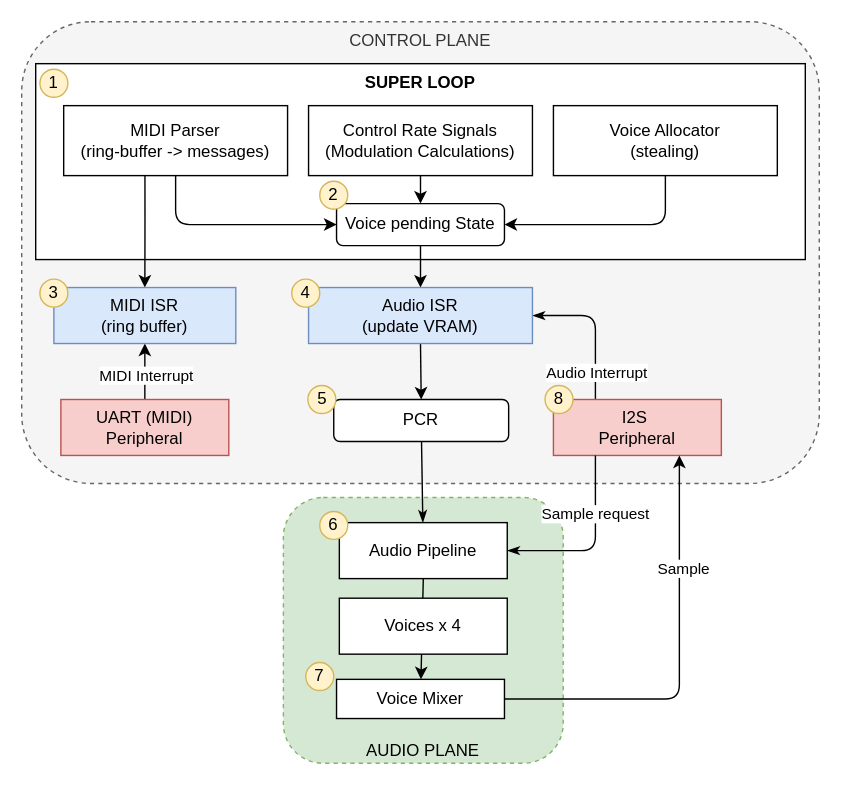
ydigikat/TangSynth9 keeps this draw.io diagram as docs/assets/images/sw_architecture.svg. Above is the earlier version. Source tidied: cells renumbered, new cells last; positions are measured from the earlier drawing's top-left corner, leaving out a move shared by most shapes.
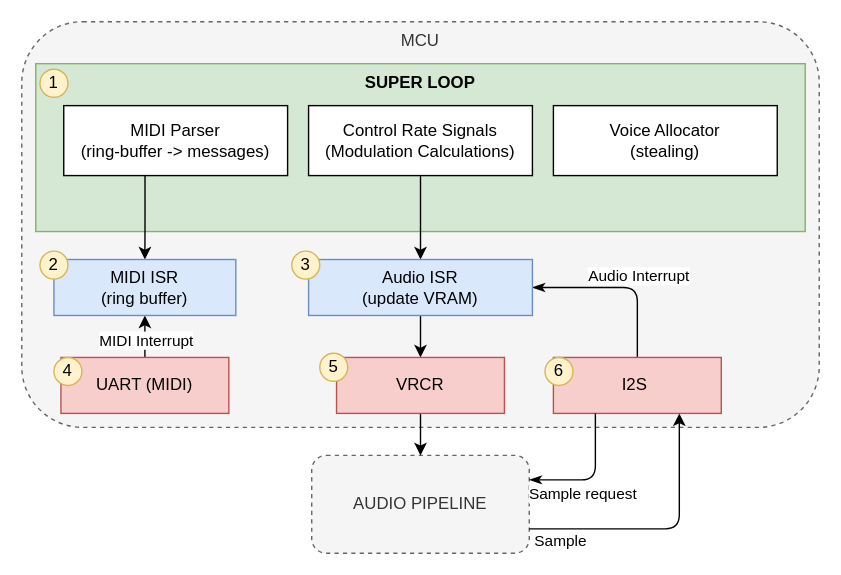
After the commit.

Change to the diagram source:
```diff
@@ -2,65 +2,55 @@
   <root>
     <mxCell id="0" />
     <mxCell id="1" parent="0" />
+    <mxCell id="3" value="MCU" style="rounded=1;whiteSpace=wrap;html=1;dashed=1;fillColor=#f5f5f5;strokeColor=#666666;verticalAlign=top;fontColor=#333333;" parent="1" vertex="1">
+      <mxGeometry x="-10" width="570" height="290" as="geometry" />
+    </mxCell>
-    <mxCell id="2" value="AUDIO PLANE" style="rounded=1;whiteSpace=wrap;html=1;dashed=1;fillColor=#d5e8d4;strokeColor=#82b366;verticalAlign=bottom;" parent="1" vertex="1">
-      <mxGeometry x="187" y="340" width="200" height="190" as="geometry" />
+    <mxCell id="2" value="AUDIO PIPELINE" style="rounded=1;whiteSpace=wrap;html=1;dashed=1;fillColor=#f5f5f5;strokeColor=#666666;verticalAlign=middle;fontColor=#333333;" parent="1" vertex="1">
+      <mxGeometry x="197.2" y="310" width="155.5" height="70" as="geometry" />
     </mxCell>
-    <mxCell id="3" value="CONTROL PLANE" style="rounded=1;whiteSpace=wrap;html=1;dashed=1;fillColor=#f5f5f5;strokeColor=#666666;verticalAlign=top;fontColor=#333333;" parent="1" vertex="1">
-      <mxGeometry width="570" height="330" as="geometry" />
-    </mxCell>
-    <mxCell id="4" value="&lt;b&gt;SUPER LOOP&lt;/b&gt;" style="rounded=0;whiteSpace=wrap;html=1;verticalAlign=top;" parent="1" vertex="1">
-      <mxGeometry x="10" y="30" width="550" height="140" as="geometry" />
+    <mxCell id="4" value="&lt;b&gt;SUPER LOOP&lt;/b&gt;" style="rounded=0;whiteSpace=wrap;html=1;verticalAlign=top;fillColor=#d5e8d4;strokeColor=#82b366;" parent="1" vertex="1">
+      <mxGeometry y="30" width="550" height="120" as="geometry" />
     </mxCell>
-    <mxCell id="5" style="edgeStyle=orthogonalEdgeStyle;html=1;exitX=0.5;exitY=1;exitDx=0;exitDy=0;entryX=0;entryY=0.5;entryDx=0;entryDy=0;" parent="1" edge="1" source="7" target="13">
-      <mxGeometry relative="1" as="geometry" />
-    </mxCell>
     <mxCell id="6" style="edgeStyle=orthogonalEdgeStyle;html=1;exitX=0.363;exitY=1;exitDx=0;exitDy=0;exitPerimeter=0;" parent="1" edge="1" source="7" target="24">
       <mxGeometry relative="1" as="geometry" />
     </mxCell>
     <mxCell id="7" value="MIDI Parser&lt;div&gt;(ring-buffer -&amp;gt; messages)&lt;/div&gt;" style="rounded=0;whiteSpace=wrap;html=1;" parent="1" vertex="1">
-      <mxGeometry x="30" y="60" width="160" height="50" as="geometry" />
+      <mxGeometry x="20" y="60" width="160" height="50" as="geometry" />
     </mxCell>
-    <mxCell id="8" style="edgeStyle=none;html=1;exitX=0.5;exitY=1;exitDx=0;exitDy=0;entryX=0.5;entryY=0;entryDx=0;entryDy=0;" parent="1" edge="1" source="9" target="13">
+    <mxCell id="8" style="edgeStyle=none;html=1;exitX=0.5;exitY=1;exitDx=0;exitDy=0;entryX=0.5;entryY=0;entryDx=0;entryDy=0;" parent="1" edge="1" source="9" target="17">
       <mxGeometry relative="1" as="geometry" />
     </mxCell>
     <mxCell id="9" value="Control Rate Signals&lt;div&gt;(Modulation Calculations)&lt;/div&gt;" style="rounded=0;whiteSpace=wrap;html=1;" parent="1" vertex="1">
-      <mxGeometry x="205" y="60" width="160" height="50" as="geometry" />
+      <mxGeometry x="195" y="60" width="160" height="50" as="geometry" />
     </mxCell>
-    <mxCell id="10" style="edgeStyle=orthogonalEdgeStyle;html=1;exitX=0.5;exitY=1;exitDx=0;exitDy=0;entryX=1;entryY=0.5;entryDx=0;entryDy=0;" parent="1" edge="1" source="11" target="13">
-      <mxGeometry relative="1" as="geometry" />
-    </mxCell>
     <mxCell id="11" value="Voice Allocator&lt;div&gt;(stealing)&lt;/div&gt;" style="rounded=0;whiteSpace=wrap;html=1;" parent="1" vertex="1">
-      <mxGeometry x="380" y="60" width="160" height="50" as="geometry" />
+      <mxGeometry x="370" y="60" width="160" height="50" as="geometry" />
     </mxCell>
-    <mxCell id="12" style="edgeStyle=none;html=1;" parent="1" edge="1" source="13" target="17">
-      <mxGeometry relative="1" as="geometry" />
-    </mxCell>
-    <mxCell id="13" value="Voice pending State" style="rounded=1;whiteSpace=wrap;html=1;" parent="1" vertex="1">
-      <mxGeometry x="225" y="130" width="120" height="30" as="geometry" />
-    </mxCell>
-    <mxCell id="14" style="edgeStyle=orthogonalEdgeStyle;html=1;exitX=1;exitY=0.5;exitDx=0;exitDy=0;startArrow=classicThin;startFill=1;endArrow=none;endFill=0;entryX=0.25;entryY=0;entryDx=0;entryDy=0;" parent="1" edge="1" source="17" target="18">
+    <mxCell id="14" style="edgeStyle=orthogonalEdgeStyle;html=1;exitX=1;exitY=0.5;exitDx=0;exitDy=0;startArrow=classicThin;startFill=1;endArrow=none;endFill=0;entryX=0.5;entryY=0;entryDx=0;entryDy=0;" parent="1" edge="1" source="17" target="18">
       <mxGeometry relative="1" as="geometry" />
     </mxCell>
     <mxCell id="15" value="Audio Interrupt" style="edgeLabel;html=1;align=center;verticalAlign=middle;" parent="14" vertex="1">
       <mxGeometry x="0.47" y="2" relative="1" as="geometry">
-        <mxPoint x="-2" y="8" as="offset" />
+        <mxPoint x="-2" y="-26" as="offset" />
       </mxGeometry>
     </mxCell>
-    <mxCell id="16" style="edgeStyle=none;html=1;exitX=0.5;exitY=1;exitDx=0;exitDy=0;entryX=0.5;entryY=0;entryDx=0;entryDy=0;" parent="1" edge="1" source="17" target="31">
-      <mxGeometry relative="1" as="geometry" />
+    <mxCell id="16" style="edgeStyle=none;html=1;exitX=0.5;exitY=1;exitDx=0;exitDy=0;entryX=0.5;entryY=0;entryDx=0;entryDy=0;" parent="1" edge="1" source="17">
+      <mxGeometry relative="1" as="geometry">
+        <mxPoint x="275" y="240" as="targetPoint" />
+      </mxGeometry>
     </mxCell>
     <mxCell id="17" value="Audio ISR&lt;div&gt;(update VRAM)&lt;/div&gt;" style="rounded=0;whiteSpace=wrap;html=1;fillColor=#dae8fc;strokeColor=#6c8ebf;" parent="1" vertex="1">
-      <mxGeometry x="205" y="190" width="160" height="40" as="geometry" />
+      <mxGeometry x="195" y="170" width="160" height="40" as="geometry" />
     </mxCell>
-    <mxCell id="18" value="I2S&amp;nbsp;&lt;div&gt;Peripheral&lt;/div&gt;" style="rounded=0;whiteSpace=wrap;html=1;fillColor=#f8cecc;strokeColor=#b85450;" parent="1" vertex="1">
-      <mxGeometry x="380" y="270" width="120" height="40" as="geometry" />
+    <mxCell id="18" value="I2S&amp;nbsp;" style="rounded=0;whiteSpace=wrap;html=1;fillColor=#f8cecc;strokeColor=#b85450;" parent="1" vertex="1">
+      <mxGeometry x="370" y="240" width="120" height="40" as="geometry" />
     </mxCell>
-    <mxCell id="19" style="edgeStyle=orthogonalEdgeStyle;html=1;exitX=1;exitY=0.5;exitDx=0;exitDy=0;entryX=0.25;entryY=1;entryDx=0;entryDy=0;startArrow=classicThin;startFill=1;endArrow=none;endFill=0;" parent="1" edge="1" source="26" target="18">
+    <mxCell id="19" style="edgeStyle=orthogonalEdgeStyle;html=1;exitX=1;exitY=0.25;exitDx=0;exitDy=0;entryX=0.25;entryY=1;entryDx=0;entryDy=0;startArrow=classicThin;startFill=1;endArrow=none;endFill=0;" parent="1" edge="1" source="2" target="18">
       <mxGeometry relative="1" as="geometry" />
     </mxCell>
     <mxCell id="20" value="Sample request" style="edgeLabel;html=1;align=center;verticalAlign=middle;" parent="19" vertex="1">
       <mxGeometry x="0.12" y="-3" relative="1" as="geometry">
-        <mxPoint x="-4" y="-17" as="offset" />
+        <mxPoint x="-13" y="16" as="offset" />
       </mxGeometry>
     </mxCell>
     <mxCell id="21" style="edgeStyle=orthogonalEdgeStyle;html=1;exitX=0.5;exitY=0;exitDx=0;exitDy=0;entryX=0.5;entryY=1;entryDx=0;entryDy=0;" parent="1" edge="1" source="23" target="24">
@@ -71,61 +61,43 @@
         <mxPoint x="-5" y="1" as="offset" />
       </mxGeometry>
     </mxCell>
-    <mxCell id="23" value="UART (MIDI)&lt;div&gt;Peripheral&lt;/div&gt;" style="rounded=0;whiteSpace=wrap;html=1;fillColor=#f8cecc;strokeColor=#b85450;" parent="1" vertex="1">
-      <mxGeometry x="28" y="270" width="120" height="40" as="geometry" />
+    <mxCell id="23" value="UART (MIDI)" style="rounded=0;whiteSpace=wrap;html=1;fillColor=#f8cecc;strokeColor=#b85450;" parent="1" vertex="1">
+      <mxGeometry x="18" y="240" width="120" height="40" as="geometry" />
     </mxCell>
     <mxCell id="24" value="MIDI ISR&lt;div&gt;(ring buffer)&lt;/div&gt;" style="rounded=0;whiteSpace=wrap;html=1;fillColor=#dae8fc;strokeColor=#6c8ebf;" parent="1" vertex="1">
-      <mxGeometry x="23" y="190" width="130" height="40" as="geometry" />
+      <mxGeometry x="13" y="170" width="130" height="40" as="geometry" />
     </mxCell>
-    <mxCell id="25" style="edgeStyle=none;html=1;exitX=0.5;exitY=1;exitDx=0;exitDy=0;" parent="1" edge="1" source="26" target="29">
-      <mxGeometry relative="1" as="geometry" />
-    </mxCell>
-    <mxCell id="26" value="Audio Pipeline" style="rounded=0;whiteSpace=wrap;html=1;" parent="1" vertex="1">
-      <mxGeometry x="227" y="358" width="120" height="40" as="geometry" />
-    </mxCell>
-    <mxCell id="27" style="edgeStyle=orthogonalEdgeStyle;html=1;exitX=1;exitY=0.5;exitDx=0;exitDy=0;entryX=0.75;entryY=1;entryDx=0;entryDy=0;" parent="1" edge="1" source="29" target="18">
+    <mxCell id="27" style="edgeStyle=orthogonalEdgeStyle;html=1;exitX=1;exitY=0.75;exitDx=0;exitDy=0;entryX=0.75;entryY=1;entryDx=0;entryDy=0;" parent="1" edge="1" source="2" target="18">
       <mxGeometry relative="1" as="geometry" />
     </mxCell>
     <mxCell id="28" value="Sample" style="edgeLabel;html=1;align=center;verticalAlign=middle;" parent="27" vertex="1">
       <mxGeometry x="0.19" y="-2" relative="1" as="geometry">
-        <mxPoint y="-41" as="offset" />
+        <mxPoint x="-88" y="14" as="offset" />
       </mxGeometry>
     </mxCell>
-    <mxCell id="29" value="Voice Mixer" style="rounded=0;whiteSpace=wrap;html=1;" parent="1" vertex="1">
-      <mxGeometry x="225" y="470" width="120" height="28" as="geometry" />
-    </mxCell>
-    <mxCell id="30" style="edgeStyle=none;html=1;startArrow=none;startFill=0;endArrow=classicThin;endFill=1;" parent="1" edge="1" source="31" target="26">
-      <mxGeometry relative="1" as="geometry" />
-    </mxCell>
-    <mxCell id="31" value="PCR" style="rounded=1;whiteSpace=wrap;html=1;" parent="1" vertex="1">
-      <mxGeometry x="223" y="270" width="125" height="30" as="geometry" />
-    </mxCell>
     <mxCell id="32" value="1" style="ellipse;whiteSpace=wrap;html=1;fillColor=#fff2cc;strokeColor=#d6b656;" parent="1" vertex="1">
-      <mxGeometry x="13" y="34" width="20" height="20" as="geometry" />
+      <mxGeometry x="3" y="34" width="20" height="20" as="geometry" />
     </mxCell>
-    <mxCell id="33" value="2" style="ellipse;whiteSpace=wrap;html=1;fillColor=#fff2cc;strokeColor=#d6b656;" parent="1" vertex="1">
-      <mxGeometry x="213" y="114" width="20" height="20" as="geometry" />
-    </mxCell>
-    <mxCell id="34" value="3" style="ellipse;whiteSpace=wrap;html=1;fillColor=#fff2cc;strokeColor=#d6b656;" parent="1" vertex="1">
-      <mxGeometry x="13" y="184" width="20" height="20" as="geometry" />
+    <mxCell id="34" value="2" style="ellipse;whiteSpace=wrap;html=1;fillColor=#fff2cc;strokeColor=#d6b656;" parent="1" vertex="1">
+      <mxGeometry x="3" y="164" width="20" height="20" as="geometry" />
     </mxCell>
-    <mxCell id="35" value="4" style="ellipse;whiteSpace=wrap;html=1;fillColor=#fff2cc;strokeColor=#d6b656;" parent="1" vertex="1">
-      <mxGeometry x="193" y="184" width="20" height="20" as="geometry" />
+    <mxCell id="35" value="3" style="ellipse;whiteSpace=wrap;html=1;fillColor=#fff2cc;strokeColor=#d6b656;" parent="1" vertex="1">
+      <mxGeometry x="183" y="164" width="20" height="20" as="geometry" />
     </mxCell>
-    <mxCell id="36" value="5" style="ellipse;whiteSpace=wrap;html=1;fillColor=#fff2cc;strokeColor=#d6b656;" parent="1" vertex="1">
-      <mxGeometry x="204.5" y="260" width="20" height="20" as="geometry" />
+    <mxCell id="36" value="4" style="ellipse;whiteSpace=wrap;html=1;fillColor=#fff2cc;strokeColor=#d6b656;" parent="1" vertex="1">
+      <mxGeometry x="13" y="240" width="20" height="20" as="geometry" />
     </mxCell>
-    <mxCell id="37" value="6" style="ellipse;whiteSpace=wrap;html=1;fillColor=#fff2cc;strokeColor=#d6b656;" parent="1" vertex="1">
-      <mxGeometry x="213" y="350" width="20" height="20" as="geometry" />
-    </mxCell>
-    <mxCell id="38" value="7" style="ellipse;whiteSpace=wrap;html=1;fillColor=#fff2cc;strokeColor=#d6b656;" parent="1" vertex="1">
-      <mxGeometry x="203" y="458" width="20" height="20" as="geometry" />
-    </mxCell>
-    <mxCell id="39" value="Voices x 4" style="rounded=0;whiteSpace=wrap;html=1;" parent="1" vertex="1">
-      <mxGeometry x="227" y="412" width="120" height="40" as="geometry" />
-    </mxCell>
-    <mxCell id="40" value="8" style="ellipse;whiteSpace=wrap;html=1;fillColor=#fff2cc;strokeColor=#d6b656;" parent="1" vertex="1">
-      <mxGeometry x="374" y="260" width="20" height="20" as="geometry" />
+    <mxCell id="40" value="6" style="ellipse;whiteSpace=wrap;html=1;fillColor=#fff2cc;strokeColor=#d6b656;" parent="1" vertex="1">
+      <mxGeometry x="364" y="240" width="20" height="20" as="geometry" />
     </mxCell>
+    <mxCell id="41" style="edgeStyle=none;html=1;entryX=0.5;entryY=0;entryDx=0;entryDy=0;" parent="1" edge="1" source="42" target="2">
+      <mxGeometry relative="1" as="geometry" />
+    </mxCell>
+    <mxCell id="42" value="VRCR" style="rounded=0;whiteSpace=wrap;html=1;fillColor=#f8cecc;strokeColor=#b85450;" parent="1" vertex="1">
+      <mxGeometry x="215" y="240" width="120" height="40" as="geometry" />
+    </mxCell>
+    <mxCell id="43" value="5" style="ellipse;whiteSpace=wrap;html=1;fillColor=#fff2cc;strokeColor=#d6b656;" parent="1" vertex="1">
+      <mxGeometry x="203" y="237" width="20" height="20" as="geometry" />
+    </mxCell>
   </root>
 </mxGraphModel>
```
